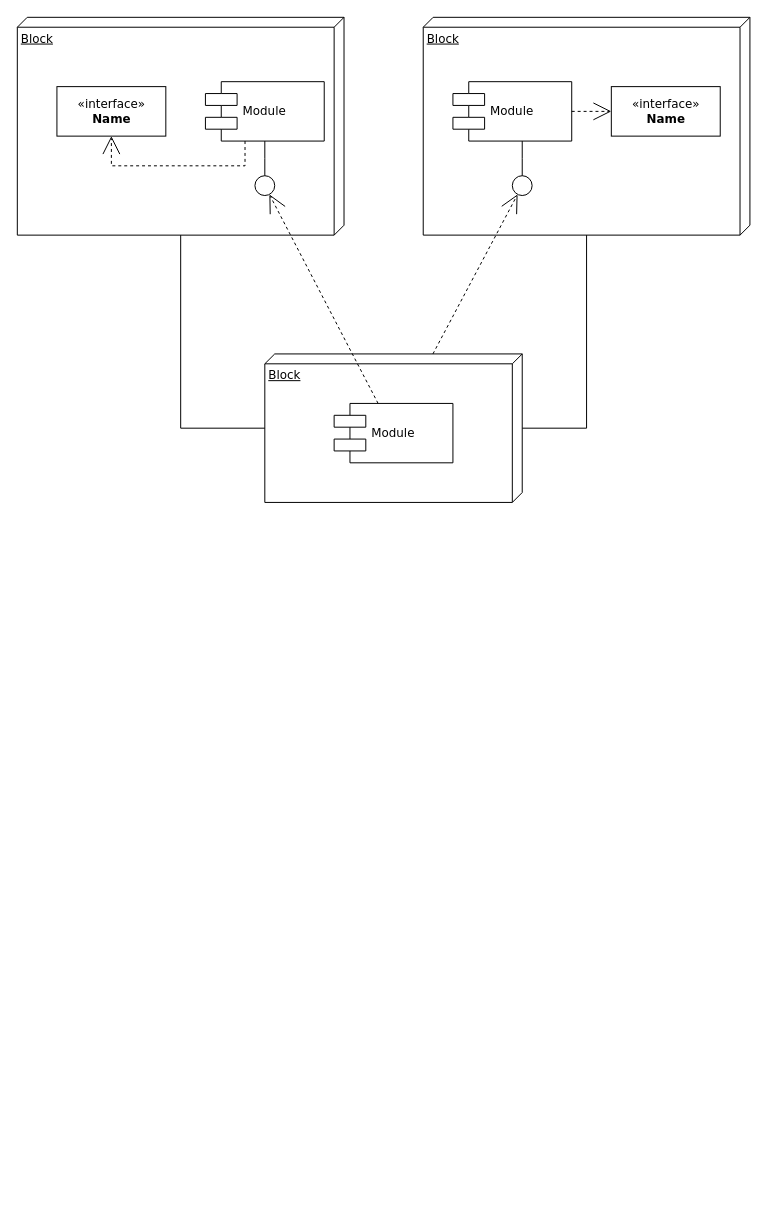
Above: 包图.drawio in lar0129/draw.io (draw.io), before the change. Source tidied: cells renumbered, new cells numbered last; positions are measured from the earlier drawing's top-left corner, leaving out a move shared by most shapes. Both pictures are drawn from the tidied source at 99%, with x=0, y=0 at pixel (17, 17).
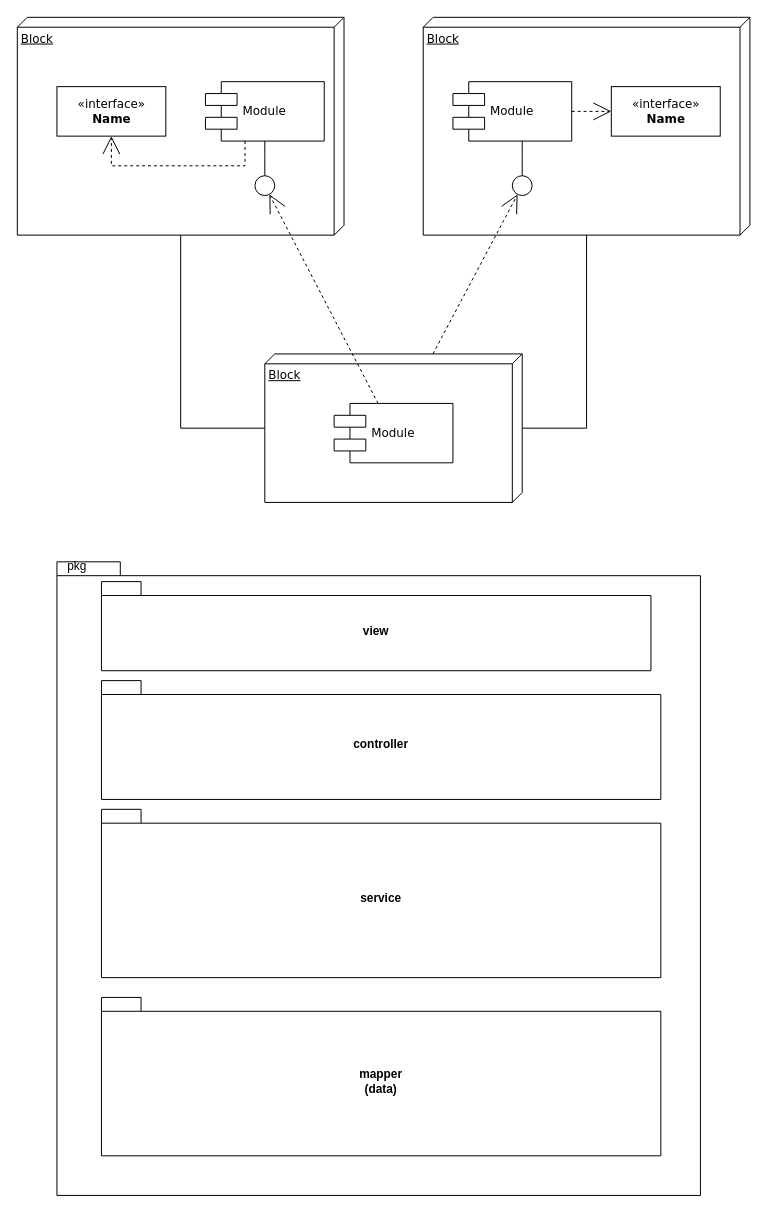
After the change.

Change to the diagram source:
```diff
@@
+    <mxCell id="20" style="shape=folder;fontStyle=1;spacingTop=10;tabWidth=40;tabHeight=14;tabPosition=left;html=1;whiteSpace=wrap;" parent="1" vertex="1">
+      <mxGeometry x="40" y="550" width="650" height="640" as="geometry" />
+    </mxCell>
+    <mxCell id="21" value="view" style="shape=folder;fontStyle=1;spacingTop=10;tabWidth=40;tabHeight=14;tabPosition=left;html=1;whiteSpace=wrap;" parent="1" vertex="1">
+      <mxGeometry x="85" y="570" width="555" height="90" as="geometry" />
+    </mxCell>
+    <mxCell id="22" value="controller" style="shape=folder;fontStyle=1;spacingTop=10;tabWidth=40;tabHeight=14;tabPosition=left;html=1;whiteSpace=wrap;" parent="1" vertex="1">
+      <mxGeometry x="85" y="670" width="565" height="120" as="geometry" />
+    </mxCell>
+    <mxCell id="23" value="service" style="shape=folder;fontStyle=1;spacingTop=10;tabWidth=40;tabHeight=14;tabPosition=left;html=1;whiteSpace=wrap;" parent="1" vertex="1">
+      <mxGeometry x="85" y="800" width="565" height="170" as="geometry" />
+    </mxCell>
+    <mxCell id="24" value="mapper&lt;br&gt;(data)" style="shape=folder;fontStyle=1;spacingTop=10;tabWidth=40;tabHeight=14;tabPosition=left;html=1;whiteSpace=wrap;" parent="1" vertex="1">
+      <mxGeometry x="85" y="990" width="565" height="160" as="geometry" />
+    </mxCell>
+    <mxCell id="25" value="pkg" style="text;html=1;align=center;verticalAlign=middle;strokeColor=none;fillColor=none;" parent="1" vertex="1">
+      <mxGeometry x="40" y="540" width="40" height="30" as="geometry" />
+    </mxCell>
```
